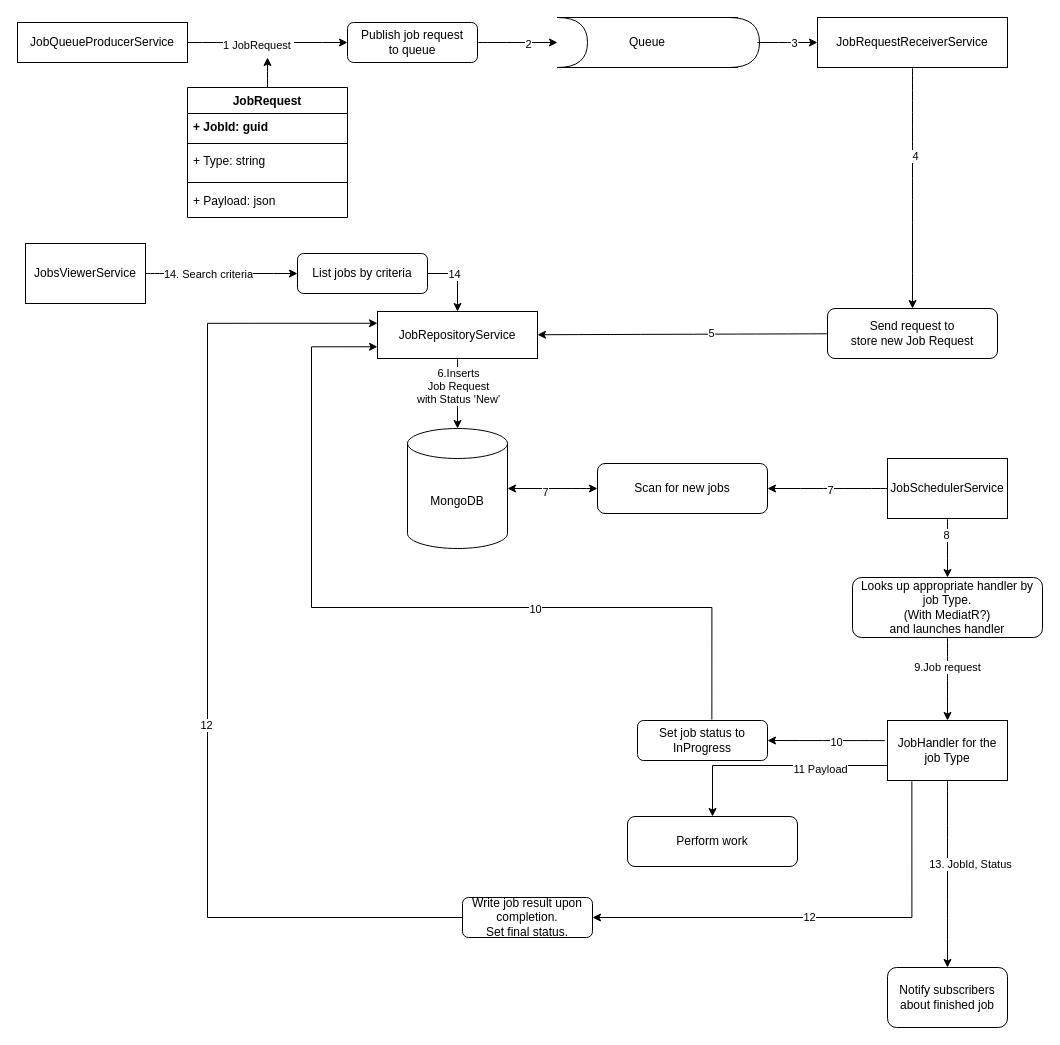
Before: JobQueueSystem.drawio in NeurotechDevelopment/JobQueueSystem, a draw.io diagram. Source tidied: cells renumbered, new cells numbered last; positions are measured from the earlier drawing's top-left corner, leaving out a move shared by most shapes. Both pictures are drawn from the tidied source at 100%, with x=0, y=0 at pixel (17, 17).
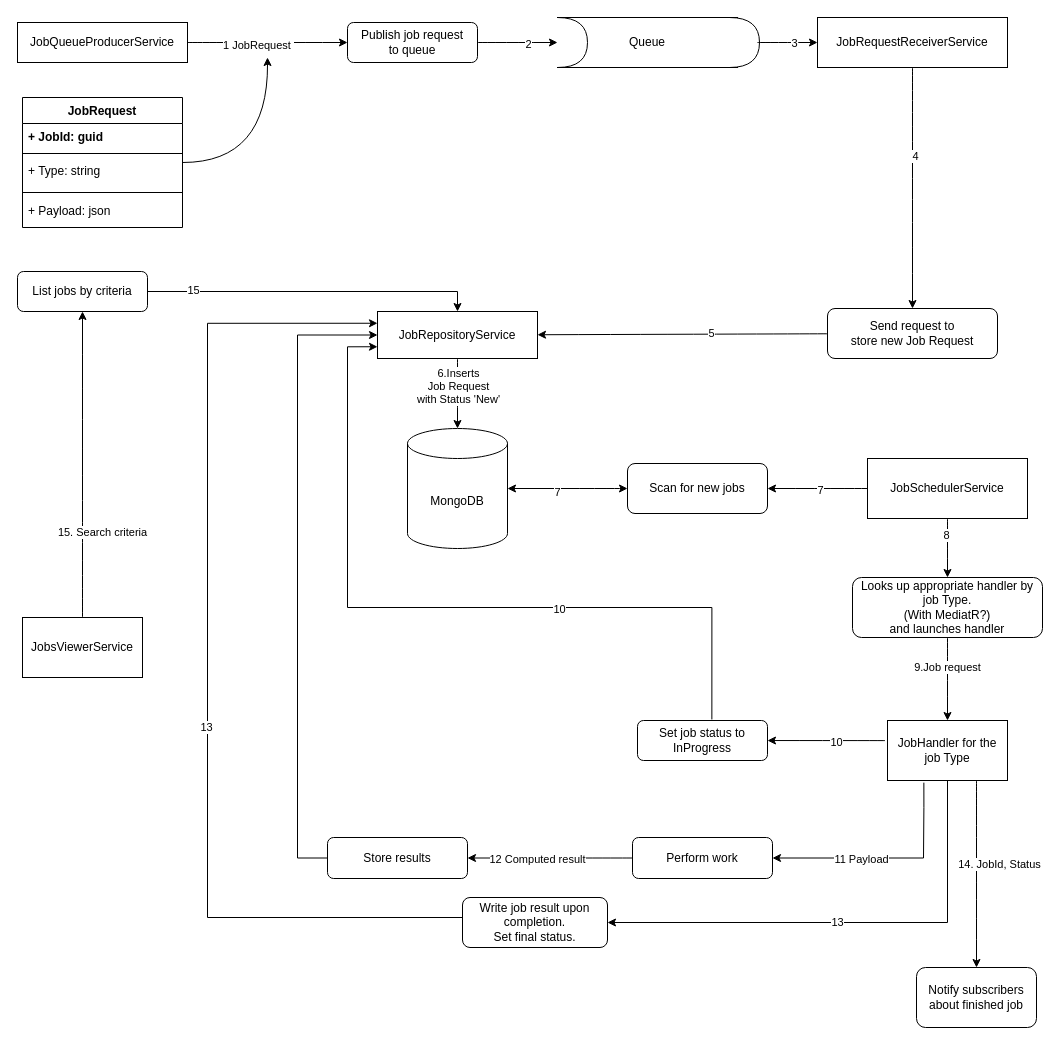
Above is the later version.

Commit message:
Neater architecture diagram

The change refers to these unchanged cells:
```xml
<mxCell id="8" value="JobRepositoryService" style="rounded=0;whiteSpace=wrap;html=1;" parent="1" vertex="1">
  <mxGeometry x="360" y="294" width="160" height="47" as="geometry" />
</mxCell>
<mxCell id="11" value="JobHandler for the job Type" style="rounded=0;whiteSpace=wrap;html=1;" parent="1" vertex="1">
  <mxGeometry x="870" y="703" width="120" height="60" as="geometry" />
</mxCell>
<mxCell id="39" value="Set job status to InProgress" style="rounded=1;whiteSpace=wrap;html=1;" parent="1" vertex="1">
  <mxGeometry x="620" y="703" width="130" height="40" as="geometry" />
</mxCell>
<mxCell id="47" style="endArrow=classic;html=1;rounded=0;exitX=0;exitY=0.5;exitDx=0;exitDy=0;entryX=0;entryY=0.25;entryDx=0;entryDy=0;edgeStyle=orthogonalEdgeStyle;" parent="1" edge="1" source="38" target="8">
  <mxGeometry relative="1" as="geometry">
    <Array as="points">
      <mxPoint x="190" y="900" />
      <mxPoint x="190" y="306" />
    </Array>
  </mxGeometry>
</mxCell>
<mxCell id="50" style="endArrow=classic;html=1;rounded=0;curved=1;" parent="1" edge="1" source="12" target="49">
  <mxGeometry relative="1" as="geometry" />
</mxCell>
<mxCell id="52" style="endArrow=classic;html=1;rounded=0;entryX=0.5;entryY=0;entryDx=0;entryDy=0;edgeStyle=orthogonalEdgeStyle;exitX=1;exitY=0.5;exitDx=0;exitDy=0;" parent="1" edge="1" source="49" target="8">
  <mxGeometry relative="1" as="geometry" />
</mxCell>
```

Diff of the diagram source:
```diff
@@
     <mxCell id="10" value="JobSchedulerService" style="rounded=0;whiteSpace=wrap;html=1;" parent="1" vertex="1">
-      <mxGeometry x="870" y="441" width="120" height="60" as="geometry" />
+      <mxGeometry x="850" y="441" width="160" height="60" as="geometry" />
     </mxCell>
@@
     <mxCell id="12" value="JobsViewerService" style="rounded=0;whiteSpace=wrap;html=1;" parent="1" vertex="1">
-      <mxGeometry x="8" y="226" width="120" height="60" as="geometry" />
+      <mxGeometry x="5" y="600" width="120" height="60" as="geometry" />
     </mxCell>
@@
     <mxCell id="30" value="Scan for new jobs" style="rounded=1;whiteSpace=wrap;html=1;" parent="1" vertex="1">
-      <mxGeometry x="580" y="446" width="170" height="50" as="geometry" />
+      <mxGeometry x="610" y="446" width="140" height="50" as="geometry" />
     </mxCell>
@@
     <mxCell id="38" value="Write job result upon completion.&lt;div&gt;Set final status.&lt;/div&gt;" style="rounded=1;whiteSpace=wrap;html=1;" parent="1" vertex="1">
-      <mxGeometry x="445" y="880" width="130" height="40" as="geometry" />
+      <mxGeometry x="445" y="880" width="145" height="50" as="geometry" />
     </mxCell>
@@
     <mxCell id="42" value="Perform work" style="rounded=1;whiteSpace=wrap;html=1;" parent="1" vertex="1">
-      <mxGeometry x="610" y="799" width="170" height="50" as="geometry" />
+      <mxGeometry x="615" y="820" width="140" height="41" as="geometry" />
     </mxCell>
-    <mxCell id="43" style="endArrow=classic;html=1;rounded=0;entryX=1;entryY=0.5;entryDx=0;entryDy=0;exitX=0.203;exitY=1.013;exitDx=0;exitDy=0;exitPerimeter=0;edgeStyle=orthogonalEdgeStyle;" parent="1" edge="1" source="11" target="38">
+    <mxCell id="43" style="endArrow=classic;html=1;rounded=0;entryX=1;entryY=0.5;entryDx=0;entryDy=0;exitX=0.5;exitY=1;exitDx=0;exitDy=0;edgeStyle=orthogonalEdgeStyle;" parent="1" edge="1" source="11" target="38">
       <mxGeometry relative="1" as="geometry" />
     </mxCell>
-    <mxCell id="44" value="12" style="edgeLabel;html=1;align=center;verticalAlign=middle;" parent="43" vertex="1">
+    <mxCell id="44" value="13" style="edgeLabel;html=1;align=center;verticalAlign=middle;" parent="43" vertex="1">
       <mxGeometry x="0.05" y="-1" relative="1" as="geometry" />
     </mxCell>
     <mxCell id="45" style="endArrow=classic;html=1;rounded=0;exitX=0.572;exitY=-0.026;exitDx=0;exitDy=0;exitPerimeter=0;entryX=0;entryY=0.75;entryDx=0;entryDy=0;edgeStyle=orthogonalEdgeStyle;" parent="1" edge="1" source="39" target="8">
       <mxGeometry relative="1" as="geometry">
         <Array as="points">
           <mxPoint x="694" y="590" />
-          <mxPoint x="294" y="590" />
-          <mxPoint x="294" y="329" />
+          <mxPoint x="330" y="590" />
+          <mxPoint x="330" y="329" />
         </Array>
       </mxGeometry>
     </mxCell>
@@
-    <mxCell id="48" value="12" style="edgeLabel;html=1;align=center;verticalAlign=middle;" parent="47" vertex="1">
+    <mxCell id="48" value="13" style="edgeLabel;html=1;align=center;verticalAlign=middle;" parent="47" vertex="1">
       <mxGeometry x="-0.12" y="2" relative="1" as="geometry" />
     </mxCell>
     <mxCell id="49" value="List jobs by criteria" style="rounded=1;whiteSpace=wrap;html=1;" parent="1" vertex="1">
-      <mxGeometry x="280" y="236" width="130" height="40" as="geometry" />
+      <mxGeometry y="254" width="130" height="40" as="geometry" />
     </mxCell>
@@
-    <mxCell id="51" value="14. Search criteria" style="edgeLabel;html=1;align=center;verticalAlign=middle;" parent="50" vertex="1">
+    <mxCell id="51" value="15. Search criteria" style="edgeLabel;html=1;align=center;verticalAlign=middle;" parent="50" vertex="1">
       <mxGeometry x="-0.44" relative="1" as="geometry">
         <mxPoint x="19" as="offset" />
       </mxGeometry>
     </mxCell>
@@
-    <mxCell id="53" value="14" style="edgeLabel;html=1;align=center;verticalAlign=middle;" parent="52" vertex="1">
-      <mxGeometry x="-0.25" relative="1" as="geometry" />
-    </mxCell>
+    <mxCell id="66" value="15" style="edgeLabel;html=1;align=center;verticalAlign=middle;" parent="52" vertex="1">
+      <mxGeometry x="-0.73" y="2" relative="1" as="geometry" />
+    </mxCell>
@@
     <mxCell id="55" value="JobRequest" style="swimlane;fontStyle=1;align=center;verticalAlign=top;horizontal=1;startSize=26;whiteSpace=wrap;html=1;" parent="1" vertex="1">
-      <mxGeometry x="170" y="70" width="160" height="130" as="geometry" />
+      <mxGeometry x="5" y="80" width="160" height="130" as="geometry" />
     </mxCell>
@@
     <mxCell id="61" value="Notify subscribers&lt;div&gt;about finished job&lt;/div&gt;" style="rounded=1;whiteSpace=wrap;html=1;" parent="1" vertex="1">
-      <mxGeometry x="870" y="950" width="120" height="60" as="geometry" />
+      <mxGeometry x="899" y="950" width="120" height="60" as="geometry" />
     </mxCell>
-    <mxCell id="62" style="endArrow=classic;html=1;rounded=0;exitX=0;exitY=0.75;exitDx=0;exitDy=0;edgeStyle=orthogonalEdgeStyle;" parent="1" edge="1" source="11" target="42">
-      <mxGeometry relative="1" as="geometry" />
+    <mxCell id="62" style="endArrow=classic;html=1;rounded=0;edgeStyle=orthogonalEdgeStyle;exitX=0.303;exitY=1.036;exitDx=0;exitDy=0;exitPerimeter=0;entryX=1;entryY=0.5;entryDx=0;entryDy=0;" parent="1" edge="1" source="11" target="42">
+      <mxGeometry relative="1" as="geometry">
+        <Array as="points">
+          <mxPoint x="906" y="790" />
+          <mxPoint x="906" y="841" />
+        </Array>
+      </mxGeometry>
     </mxCell>
     <mxCell id="63" value="11 Payload" style="edgeLabel;html=1;align=center;verticalAlign=middle;" parent="62" vertex="1">
-      <mxGeometry x="-0.4" y="3" relative="1" as="geometry" />
+      <mxGeometry x="-0.4" y="3" relative="1" as="geometry">
+        <mxPoint x="-66" y="8" as="offset" />
+      </mxGeometry>
     </mxCell>
-    <mxCell id="64" style="endArrow=classic;html=1;rounded=0;curved=1;entryX=0.5;entryY=0;entryDx=0;entryDy=0;" parent="1" edge="1" source="11" target="61">
-      <mxGeometry relative="1" as="geometry" />
+    <mxCell id="64" style="endArrow=classic;html=1;rounded=0;curved=1;entryX=0.5;entryY=0;entryDx=0;entryDy=0;" parent="1" edge="1" target="61">
+      <mxGeometry relative="1" as="geometry">
+        <mxPoint x="959" y="763" as="sourcePoint" />
+      </mxGeometry>
     </mxCell>
-    <mxCell id="65" value="13. JobId, Status" style="edgeLabel;html=1;align=center;verticalAlign=middle;" parent="64" vertex="1">
+    <mxCell id="65" value="14. JobId, Status" style="edgeLabel;html=1;align=center;verticalAlign=middle;" parent="64" vertex="1">
       <mxGeometry x="-0.11" relative="1" as="geometry">
         <mxPoint x="22" as="offset" />
       </mxGeometry>
     </mxCell>
+    <mxCell id="67" style="endArrow=classic;html=1;rounded=0;curved=1;" parent="1" edge="1" source="42" target="69">
+      <mxGeometry relative="1" as="geometry" />
+    </mxCell>
+    <mxCell id="68" value="12 Computed result" style="edgeLabel;html=1;align=center;verticalAlign=middle;" parent="67" vertex="1">
+      <mxGeometry x="0.16" y="1" relative="1" as="geometry" />
+    </mxCell>
+    <mxCell id="69" value="Store results" style="rounded=1;whiteSpace=wrap;html=1;" parent="1" vertex="1">
+      <mxGeometry x="310" y="820" width="140" height="41" as="geometry" />
+    </mxCell>
+    <mxCell id="70" style="endArrow=classic;html=1;rounded=0;edgeStyle=orthogonalEdgeStyle;entryX=0;entryY=0.5;entryDx=0;entryDy=0;exitX=0;exitY=0.5;exitDx=0;exitDy=0;" parent="1" edge="1" source="69" target="8">
+      <mxGeometry relative="1" as="geometry">
+        <Array as="points">
+          <mxPoint x="280" y="841" />
+          <mxPoint x="280" y="318" />
+        </Array>
+      </mxGeometry>
+    </mxCell>
```
